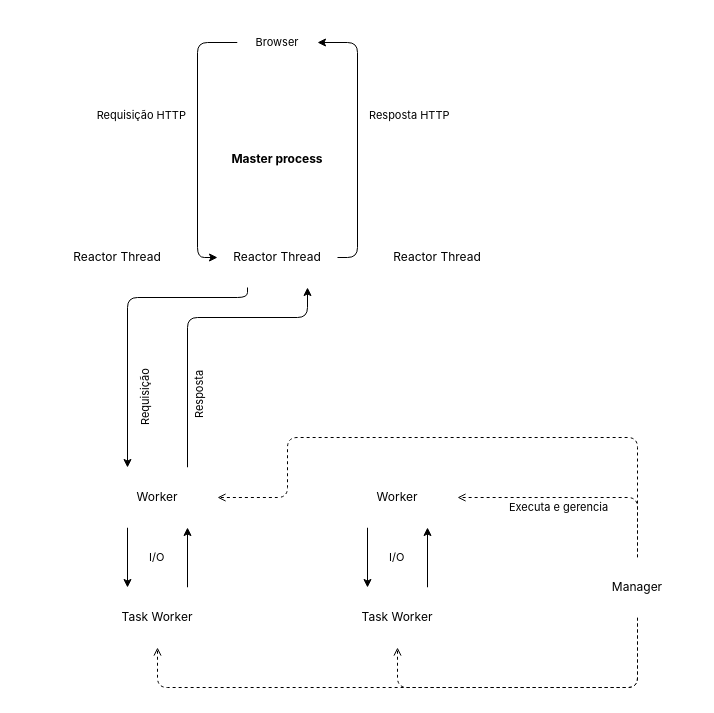
Earlier version of the draw.io diagram docs/img/swoole.drawio (vcampitelli/slides-como-php-executado-web). Source tidied: cells renumbered, new cells numbered last; positions are measured from the earlier drawing's top-left corner, leaving out a move shared by most shapes. Both pictures are drawn from the tidied source at 100%, with x=0, y=0 at pixel (17, 17).
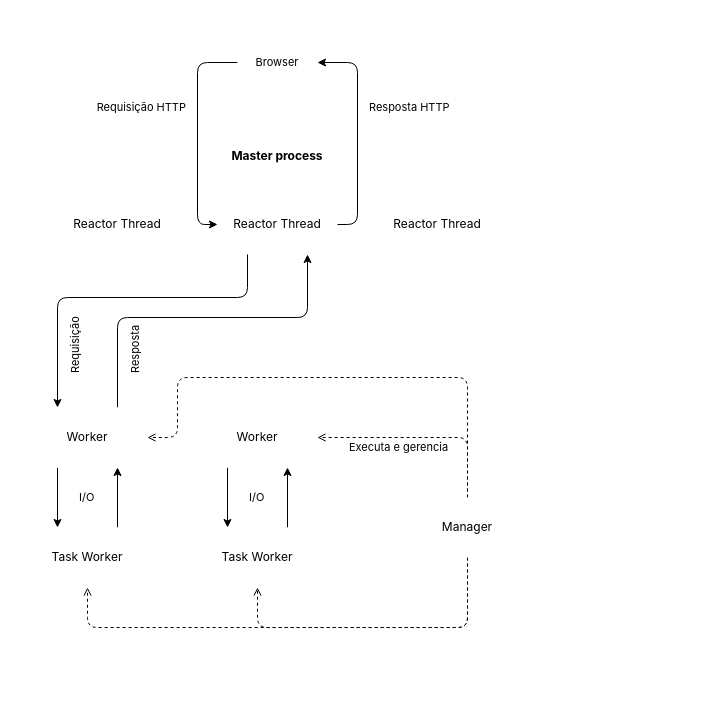
The same page after the edit.

Commit message (it also covers changes not shown here):
:bento: Alterando diagrama do Swoole

What changed in the source:
```diff
@@
     <mxCell id="2" value="Master process" style="swimlane;whiteSpace=wrap;html=1;rounded=1;fontFamily=Inter;labelBackgroundColor=none;fillStyle=solid;fillColor=light-dark(#FFFFFF,#FFE599);gradientColor=none;strokeColor=none;swimlaneFillColor=light-dark(transparent,#FFF2CC);fontColor=light-dark(#000000,#000000);" parent="1" vertex="1">
-      <mxGeometry y="130" width="520" height="190" as="geometry" />
+      <mxGeometry y="127" width="520" height="143" as="geometry" />
     </mxCell>
     <mxCell id="3" value="Reactor Thread" style="rounded=1;whiteSpace=wrap;html=1;fontFamily=Inter;labelBackgroundColor=none;strokeColor=none;fillColor=light-dark(#FFFFFF,#FFB570);fontColor=light-dark(#000000,#66482D);" parent="2" vertex="1">
-      <mxGeometry x="40" y="80" width="120" height="60" as="geometry" />
+      <mxGeometry x="40" y="50" width="120" height="60" as="geometry" />
     </mxCell>
     <mxCell id="4" value="Reactor Thread" style="rounded=1;whiteSpace=wrap;html=1;fontFamily=Inter;labelBackgroundColor=none;strokeColor=none;fillColor=light-dark(#FFFFFF,#FFB570);fontColor=light-dark(#000000,#66482D);" parent="2" vertex="1">
-      <mxGeometry x="200" y="80" width="120" height="60" as="geometry" />
+      <mxGeometry x="200" y="50" width="120" height="60" as="geometry" />
     </mxCell>
     <mxCell id="5" value="Reactor Thread" style="rounded=1;whiteSpace=wrap;html=1;fontFamily=Inter;labelBackgroundColor=none;strokeColor=none;fillColor=light-dark(#FFFFFF,#FFB570);fontColor=light-dark(#000000,#66482D);" parent="2" vertex="1">
-      <mxGeometry x="360" y="80" width="120" height="60" as="geometry" />
+      <mxGeometry x="360" y="50" width="120" height="60" as="geometry" />
     </mxCell>
     <mxCell id="6" value="Executa e gerencia" style="edgeStyle=orthogonalEdgeStyle;rounded=1;jettySize=auto;html=1;curved=0;fontFamily=Inter;entryX=1;entryY=0.5;entryDx=0;entryDy=0;exitX=0.5;exitY=0;exitDx=0;exitDy=0;labelBackgroundColor=none;fontColor=light-dark(#000000,#B3B3B3);strokeColor=light-dark(#000000,#666666);align=left;verticalAlign=middle;fontSize=11;endArrow=open;dashed=1;endFill=0;" parent="1" edge="1" source="10" target="15">
-      <mxGeometry x="0.58" y="10" relative="1" as="geometry">
+      <mxGeometry x="0.71" y="10" relative="1" as="geometry">
         <Array as="points">
-          <mxPoint x="620" y="480" />
+          <mxPoint x="450" y="420" />
         </Array>
       </mxGeometry>
     </mxCell>
     <mxCell id="7" style="edgeStyle=orthogonalEdgeStyle;shape=connector;curved=0;rounded=1;jettySize=auto;html=1;entryX=0.5;entryY=1;entryDx=0;entryDy=0;dashed=1;strokeColor=light-dark(#000000,#666666);align=left;verticalAlign=middle;fontFamily=Inter;fontSize=11;fontColor=default;labelBackgroundColor=none;endArrow=open;endFill=0;" parent="1" edge="1" source="10" target="19">
       <mxGeometry relative="1" as="geometry">
         <Array as="points">
-          <mxPoint x="620" y="670" />
-          <mxPoint x="380" y="670" />
+          <mxPoint x="450" y="610" />
+          <mxPoint x="240" y="610" />
         </Array>
       </mxGeometry>
     </mxCell>
     <mxCell id="8" style="edgeStyle=orthogonalEdgeStyle;shape=connector;curved=0;rounded=1;jettySize=auto;html=1;entryX=0.5;entryY=1;entryDx=0;entryDy=0;dashed=1;strokeColor=light-dark(#000000,#666666);align=left;verticalAlign=middle;fontFamily=Inter;fontSize=11;fontColor=default;labelBackgroundColor=none;endArrow=open;endFill=0;" parent="1" edge="1" source="10" target="17">
       <mxGeometry relative="1" as="geometry">
         <Array as="points">
-          <mxPoint x="620" y="670" />
-          <mxPoint x="140" y="670" />
+          <mxPoint x="450" y="610" />
+          <mxPoint x="70" y="610" />
         </Array>
       </mxGeometry>
     </mxCell>
     <mxCell id="9" style="edgeStyle=orthogonalEdgeStyle;shape=connector;curved=0;rounded=1;jettySize=auto;html=1;entryX=1;entryY=0.5;entryDx=0;entryDy=0;dashed=1;strokeColor=light-dark(#000000,#666666);align=left;verticalAlign=middle;fontFamily=Inter;fontSize=11;fontColor=default;labelBackgroundColor=none;endArrow=open;endFill=0;" parent="1" edge="1" source="10" target="13">
       <mxGeometry relative="1" as="geometry">
         <Array as="points">
-          <mxPoint x="620" y="420" />
-          <mxPoint x="270" y="420" />
-          <mxPoint x="270" y="480" />
+          <mxPoint x="450" y="360" />
+          <mxPoint x="160" y="360" />
+          <mxPoint x="160" y="420" />
         </Array>
       </mxGeometry>
     </mxCell>
     <mxCell id="10" value="Manager" style="rounded=1;whiteSpace=wrap;html=1;fontFamily=Inter;labelBackgroundColor=none;strokeColor=none;fillColor=light-dark(#FFFFFF,#A680B8);fontColor=light-dark(#000000,#322637);" parent="1" vertex="1">
-      <mxGeometry x="560" y="540" width="120" height="60" as="geometry" />
+      <mxGeometry x="390" y="480" width="120" height="60" as="geometry" />
     </mxCell>
@@
-    <mxCell id="12" value="Resposta" style="edgeStyle=orthogonalEdgeStyle;shape=connector;curved=0;rounded=1;jettySize=auto;html=1;entryX=0.75;entryY=1;entryDx=0;entryDy=0;strokeColor=light-dark(#000000,#666666);align=left;verticalAlign=middle;fontFamily=Inter;fontSize=11;fontColor=default;labelBackgroundColor=none;endArrow=classic;horizontal=0;exitX=0.75;exitY=0;exitDx=0;exitDy=0;" parent="1" edge="1" source="13" target="4">
-      <mxGeometry x="-0.67" y="-10" relative="1" as="geometry">
+    <mxCell id="12" value="Resposta" style="edgeStyle=orthogonalEdgeStyle;shape=connector;curved=0;rounded=1;jettySize=auto;html=1;entryX=0.75;entryY=1;entryDx=0;entryDy=0;strokeColor=light-dark(#000000,#666666);align=left;verticalAlign=top;fontFamily=Inter;fontSize=11;fontColor=default;labelBackgroundColor=none;endArrow=classic;horizontal=0;exitX=0.75;exitY=0;exitDx=0;exitDy=0;" parent="1" edge="1" source="13" target="4">
+      <mxGeometry x="-0.76" y="-10" relative="1" as="geometry">
         <Array as="points">
-          <mxPoint x="170" y="300" />
+          <mxPoint x="100" y="300" />
           <mxPoint x="290" y="300" />
         </Array>
       </mxGeometry>
     </mxCell>
     <mxCell id="13" value="Worker" style="rounded=1;whiteSpace=wrap;html=1;fontFamily=Inter;labelBackgroundColor=none;strokeColor=none;fillColor=light-dark(#FFFFFF,#EA6B66);fontColor=light-dark(#000000,#46201F);" parent="1" vertex="1">
-      <mxGeometry x="80" y="450" width="120" height="60" as="geometry" />
+      <mxGeometry x="10" y="390" width="120" height="60" as="geometry" />
     </mxCell>
@@
     <mxCell id="15" value="Worker" style="rounded=1;whiteSpace=wrap;html=1;fontFamily=Inter;labelBackgroundColor=none;strokeColor=none;fillColor=light-dark(#FFFFFF,#EA6B66);fontColor=light-dark(#000000,#46201F);" parent="1" vertex="1">
-      <mxGeometry x="320" y="450" width="120" height="60" as="geometry" />
+      <mxGeometry x="180" y="390" width="120" height="60" as="geometry" />
     </mxCell>
@@
     <mxCell id="17" value="Task Worker" style="rounded=1;whiteSpace=wrap;html=1;fontFamily=Inter;labelBackgroundColor=none;strokeColor=none;fillColor=light-dark(#FFFFFF,#67AB9F);fontColor=light-dark(#000000,#1F3330);" parent="1" vertex="1">
-      <mxGeometry x="80" y="570" width="120" height="60" as="geometry" />
+      <mxGeometry x="10" y="510" width="120" height="60" as="geometry" />
     </mxCell>
@@
     <mxCell id="19" value="Task Worker" style="rounded=1;whiteSpace=wrap;html=1;fontFamily=Inter;labelBackgroundColor=none;strokeColor=none;fillColor=light-dark(#FFFFFF,#67AB9F);fontColor=light-dark(#000000,#1F3330);" parent="1" vertex="1">
-      <mxGeometry x="320" y="570" width="120" height="60" as="geometry" />
+      <mxGeometry x="180" y="510" width="120" height="60" as="geometry" />
     </mxCell>
     <mxCell id="20" value="Requisição HTTP" style="edgeStyle=orthogonalEdgeStyle;rounded=1;jettySize=auto;html=1;entryX=0;entryY=0.5;entryDx=0;entryDy=0;fontFamily=Inter;curved=0;labelBackgroundColor=none;align=right;fontColor=default;strokeColor=light-dark(#000000,#666666);verticalAlign=middle;fontSize=11;endArrow=classic;exitX=0;exitY=0.5;exitDx=0;exitDy=0;" parent="1" edge="1" source="23" target="4">
-      <mxGeometry x="-0.18" y="-10" relative="1" as="geometry">
+      <mxGeometry x="-0.23" y="-10" relative="1" as="geometry">
         <Array as="points">
-          <mxPoint x="180" y="25" />
-          <mxPoint x="180" y="240" />
+          <mxPoint x="180" y="45" />
+          <mxPoint x="180" y="207" />
         </Array>
       </mxGeometry>
     </mxCell>
     <mxCell id="21" value="Resposta HTTP" style="edgeStyle=orthogonalEdgeStyle;rounded=1;jettySize=auto;html=1;exitX=1;exitY=0.5;exitDx=0;exitDy=0;fontFamily=Inter;curved=0;labelBackgroundColor=none;align=left;fontColor=default;strokeColor=light-dark(#000000,#666666);entryX=1;entryY=0.5;entryDx=0;entryDy=0;" parent="1" edge="1" source="4" target="23">
-      <mxGeometry x="0.18" y="-10" relative="1" as="geometry">
+      <mxGeometry x="0.23" y="-10" relative="1" as="geometry">
         <Array as="points">
-          <mxPoint x="340" y="240" />
-          <mxPoint x="340" y="25" />
+          <mxPoint x="340" y="207" />
+          <mxPoint x="340" y="45" />
         </Array>
       </mxGeometry>
     </mxCell>
     <mxCell id="22" value="Requisição" style="edgeStyle=orthogonalEdgeStyle;rounded=1;jettySize=auto;html=1;entryX=0.25;entryY=0;entryDx=0;entryDy=0;fontFamily=Inter;curved=0;labelBackgroundColor=none;fontColor=default;labelPosition=center;verticalLabelPosition=top;align=left;verticalAlign=top;strokeColor=light-dark(#000000,#666666);fontSize=11;endArrow=classic;exitX=0.25;exitY=1;exitDx=0;exitDy=0;horizontal=0;" parent="1" edge="1" source="4" target="13">
-      <mxGeometry x="0.67" y="10" relative="1" as="geometry">
+      <mxGeometry x="0.76" y="10" relative="1" as="geometry">
         <Array as="points">
           <mxPoint x="230" y="280" />
-          <mxPoint x="110" y="280" />
+          <mxPoint x="40" y="280" />
         </Array>
       </mxGeometry>
     </mxCell>
     <mxCell id="23" value="Browser" style="rounded=1;whiteSpace=wrap;html=1;fontFamily=Inter;fontSize=11;fontColor=light-dark(#000000,#004C99);labelBackgroundColor=none;strokeColor=none;fillColor=light-dark(#FFFFFF,#99CCFF);" parent="1" vertex="1">
-      <mxGeometry x="220" width="80" height="50" as="geometry" />
+      <mxGeometry x="220" y="20" width="80" height="50" as="geometry" />
     </mxCell>
```
